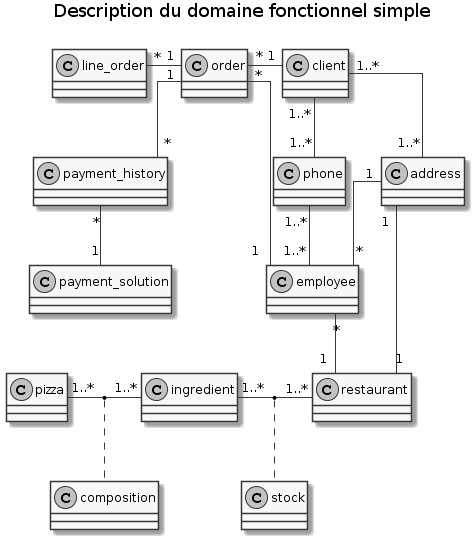
Above: functional_model_light.png in freezed/ocp6 (PlantUML), before the change.
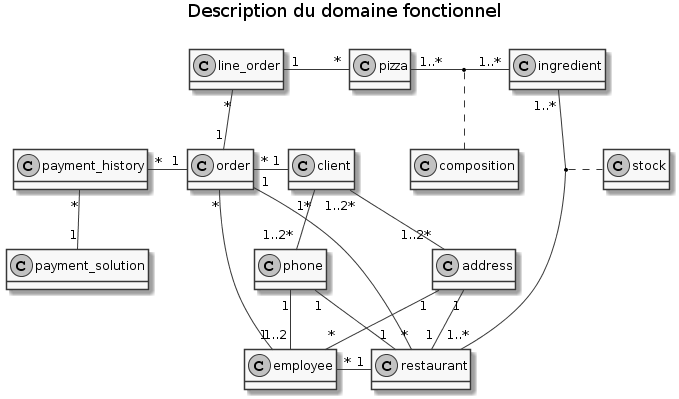
Above is the later version.

Commit message:
Updates functionnal diagrams

The edit, as a diff of the source:
```diff
@@ -1,8 +1,8 @@
 @startuml
-title Description du domaine fonctionnel simple\n
+title Description du domaine fonctionnel\n
 
 skinparam monochrome true
-skinparam linetype ortho
+hide empty methods
 
 class address
 class client
@@ -20,17 +20,20 @@
 
 address "1" -- "1" restaurant
 address "1" -- "*" employee
-client "1..*" - "1..*" phone
-client "1..*" -- "1..*" address
+client "1*" - "1..2*" phone
+client "1..2*" -- "1..2*" address
 employee "1" - "*" order
-employee "*" -- "1" restaurant
-ingredient "1..*" - "1..*" restaurant
+employee "*" -right- "1" restaurant
+ingredient "1..*" -- "1..*" restaurant
 (ingredient, restaurant) .. stock
-line_order "*" - "1" order
+line_order "*" -- "1" order
+line_order "1" - "*" pizza
 order "*" - "1" client
-order "1" -- "*" payment_history
+order "1" - "*" restaurant
+order "1" -left- "*" payment_history
 payment_solution "1" -up- "*" payment_history
-phone "1..*" -- "1..*" employee
+phone "1" -- "1..2" employee
+phone "1" -- "1" restaurant
 pizza "1..*" - "1..*" ingredient
 (pizza, ingredient) .. composition
 @enduml
```
